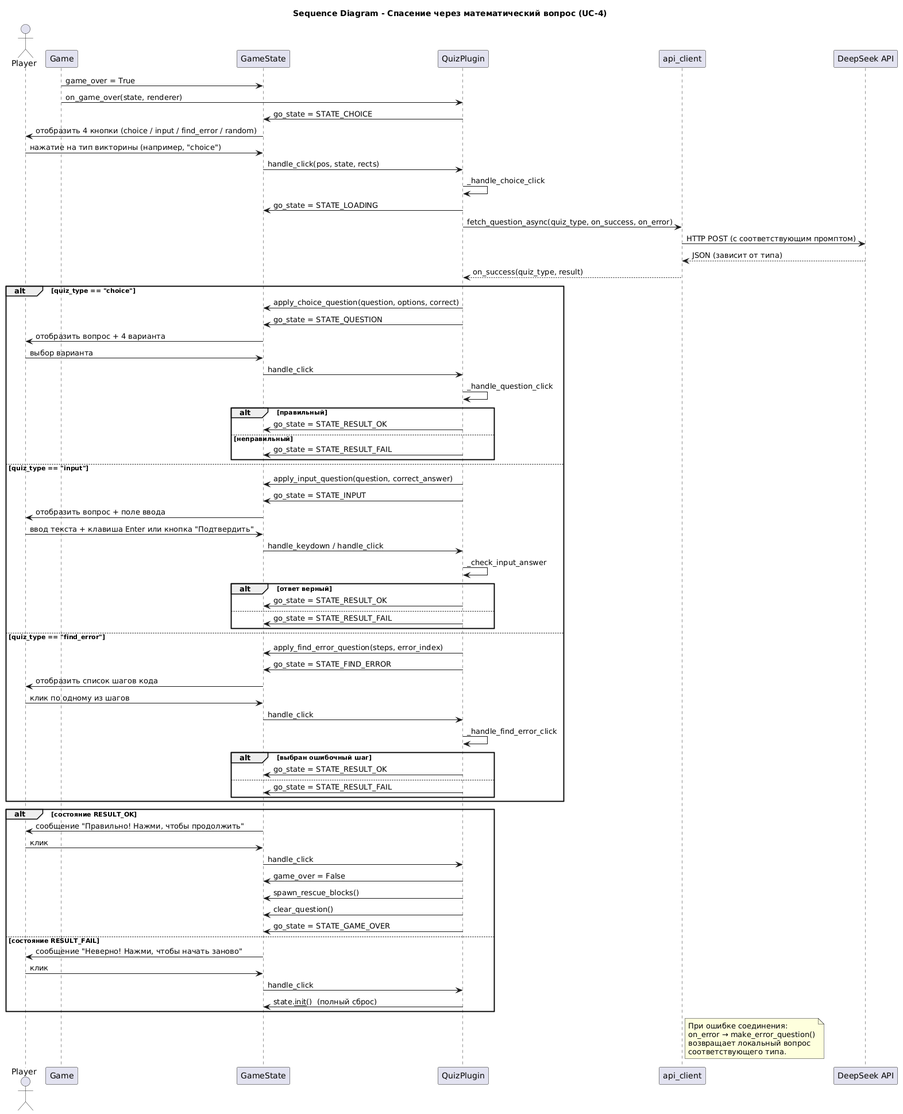
Above: generated/sequence_loss_and_math.png in pashk3r/lexa-blocks (PlantUML), before the change.
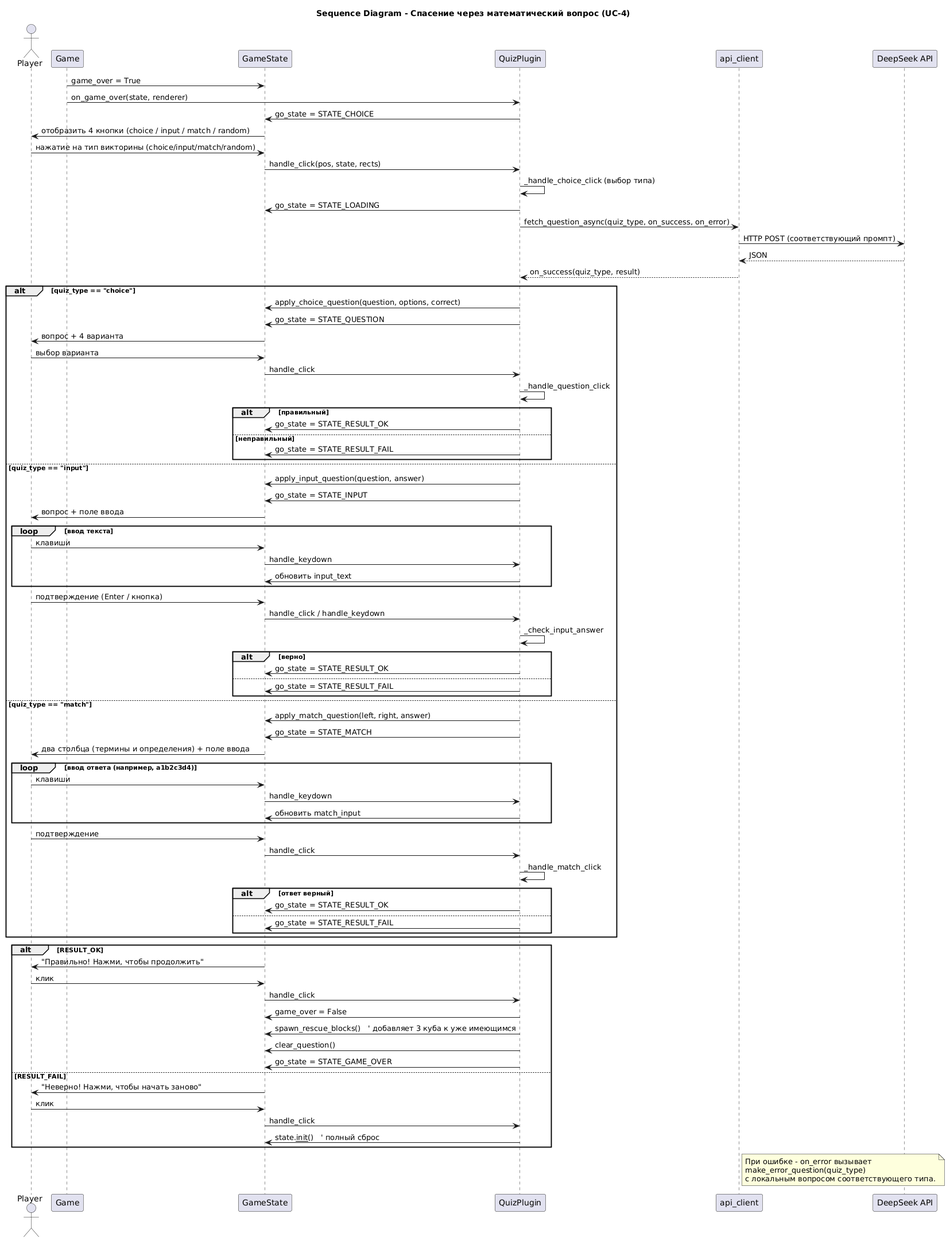
After the commit.

The edit, as a diff of the source:
```diff
@@ -11,22 +11,22 @@
 G -> GS : game_over = True
 G -> QP : on_game_over(state, renderer)
 QP -> GS : go_state = STATE_CHOICE
-GS -> P : отобразить 4 кнопки (choice / input / find_error / random)
+GS -> P : отобразить 4 кнопки (choice / input / match / random)
 
-P -> GS : нажатие на тип викторины (например, "choice")
+P -> GS : нажатие на тип викторины (choice/input/match/random)
 GS -> QP : handle_click(pos, state, rects)
-QP -> QP : _handle_choice_click
+QP -> QP : _handle_choice_click (выбор типа)
 QP -> GS : go_state = STATE_LOADING
 QP -> API : fetch_question_async(quiz_type, on_success, on_error)
 
-API -> DS : HTTP POST (с соответствующим промптом)
-DS --> API : JSON (зависит от типа)
+API -> DS : HTTP POST (соответствующий промпт)
+DS --> API : JSON
 API --> QP : on_success(quiz_type, result)
 
 alt quiz_type == "choice"
     QP -> GS : apply_choice_question(question, options, correct)
     QP -> GS : go_state = STATE_QUESTION
-    GS -> P : отобразить вопрос + 4 варианта
+    GS -> P : вопрос + 4 варианта
     P -> GS : выбор варианта
     GS -> QP : handle_click
     QP -> QP : _handle_question_click
@@ -37,51 +37,60 @@
     end
 
 else quiz_type == "input"
-    QP -> GS : apply_input_question(question, correct_answer)
+    QP -> GS : apply_input_question(question, answer)
     QP -> GS : go_state = STATE_INPUT
-    GS -> P : отобразить вопрос + поле ввода
-    P -> GS : ввод текста + клавиша Enter или кнопка "Подтвердить"
-    GS -> QP : handle_keydown / handle_click
+    GS -> P : вопрос + поле ввода
+    loop ввод текста
+        P -> GS : клавиши
+        GS -> QP : handle_keydown
+        QP -> GS : обновить input_text
+    end
+    P -> GS : подтверждение (Enter / кнопка)
+    GS -> QP : handle_click / handle_keydown
     QP -> QP : _check_input_answer
-    alt ответ верный
+    alt верно
         QP -> GS : go_state = STATE_RESULT_OK
     else
         QP -> GS : go_state = STATE_RESULT_FAIL
     end
 
-else quiz_type == "find_error"
-    QP -> GS : apply_find_error_question(steps, error_index)
-    QP -> GS : go_state = STATE_FIND_ERROR
-    GS -> P : отобразить список шагов кода
-    P -> GS : клик по одному из шагов
+else quiz_type == "match"
+    QP -> GS : apply_match_question(left, right, answer)
+    QP -> GS : go_state = STATE_MATCH
+    GS -> P : два столбца (термины и определения) + поле ввода
+    loop ввод ответа (например, a1b2c3d4)
+        P -> GS : клавиши
+        GS -> QP : handle_keydown
+        QP -> GS : обновить match_input
+    end
+    P -> GS : подтверждение
     GS -> QP : handle_click
-    QP -> QP : _handle_find_error_click
-    alt выбран ошибочный шаг
+    QP -> QP : _handle_match_click
+    alt ответ верный
         QP -> GS : go_state = STATE_RESULT_OK
     else
         QP -> GS : go_state = STATE_RESULT_FAIL
     end
 end
 
-alt состояние RESULT_OK
-    GS -> P : сообщение "Правильно! Нажми, чтобы продолжить"
+alt RESULT_OK
+    GS -> P : "Правильно! Нажми, чтобы продолжить"
     P -> GS : клик
     GS -> QP : handle_click
     QP -> GS : game_over = False
-    QP -> GS : spawn_rescue_blocks()
+    QP -> GS : spawn_rescue_blocks()   ' добавляет 3 куба к уже имеющимся
     QP -> GS : clear_question()
     QP -> GS : go_state = STATE_GAME_OVER
-else состояние RESULT_FAIL
-    GS -> P : сообщение "Неверно! Нажми, чтобы начать заново"
+else RESULT_FAIL
+    GS -> P : "Неверно! Нажми, чтобы начать заново"
     P -> GS : клик
     GS -> QP : handle_click
-    QP -> GS : state.__init__()  (полный сброс)
+    QP -> GS : state.__init__()   ' полный сброс
 end
 
 note right of API
-    При ошибке соединения:
-    on_error → make_error_question()
-    возвращает локальный вопрос
-    соответствующего типа.
+    При ошибке - on_error вызывает
+    make_error_question(quiz_type)
+    с локальным вопросом соответствующего типа.
 end note
 @enduml
```
